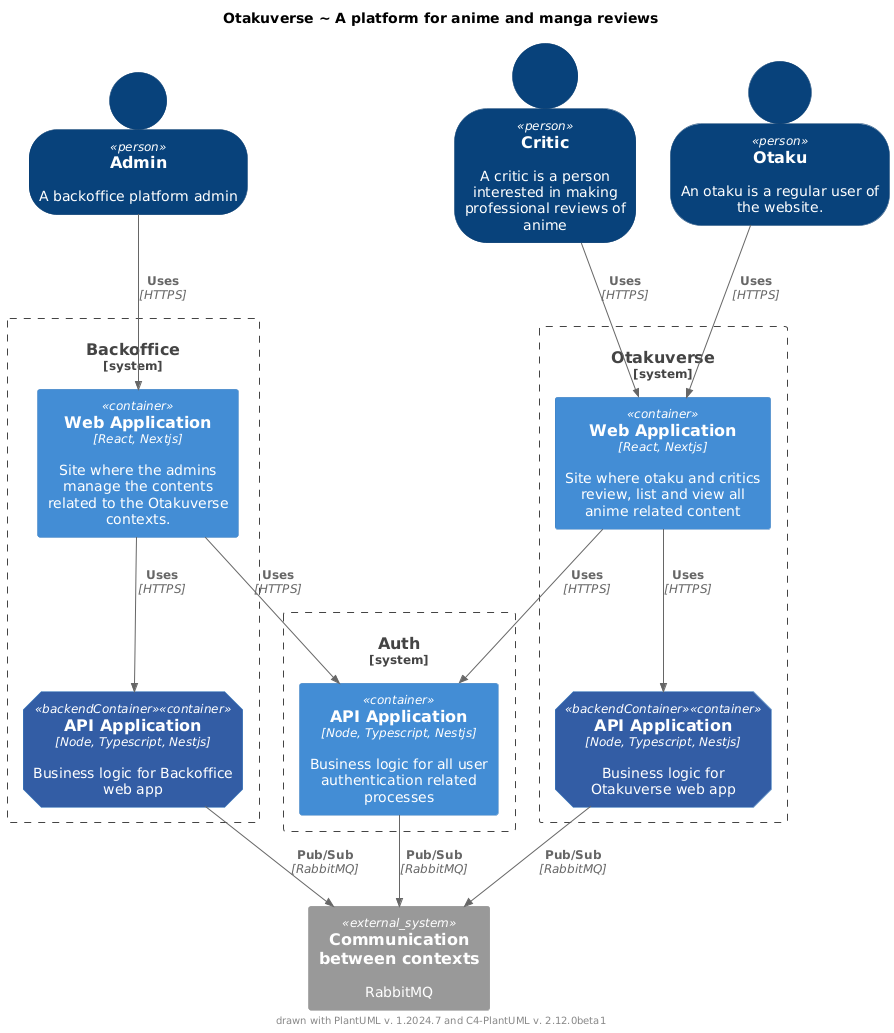
This is docs/c4/c1.png from RodrigoPardo19/otakuverse, a PlantUML export, as it was before one commit.
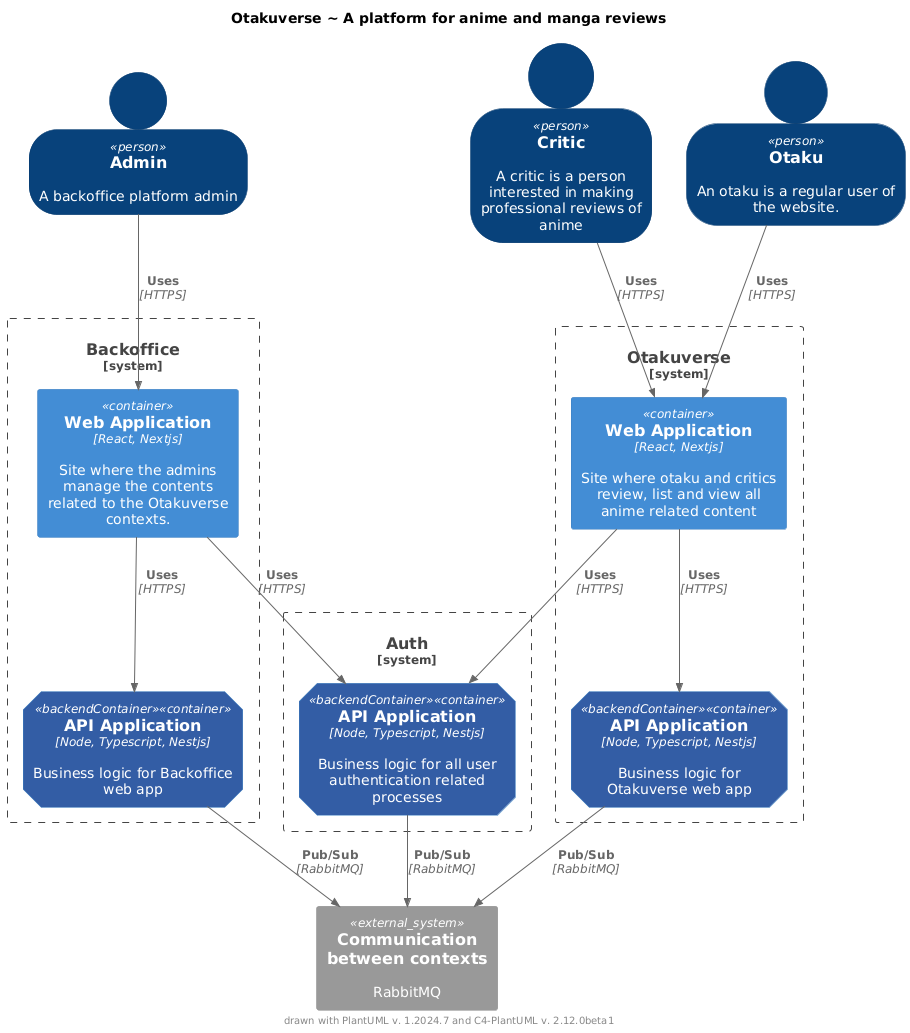
The same diagram one commit later.

Commit message:
docs: ✏️ add backend container style to the auth container

Change to the diagram source:
```diff
@@ -25,7 +25,7 @@
 }
 
 System_Boundary(c3, "Auth") {
-    Container(auth_api, "API Application", "Node, Typescript, Nestjs", "Business logic for all user authentication related processes")
+    Container(auth_api, "API Application", "Node, Typescript, Nestjs", "Business logic for all user authentication related processes", $tags="backendContainer")
 }
 
 System_Ext(message_queue, "Communication between contexts", "RabbitMQ")
```
